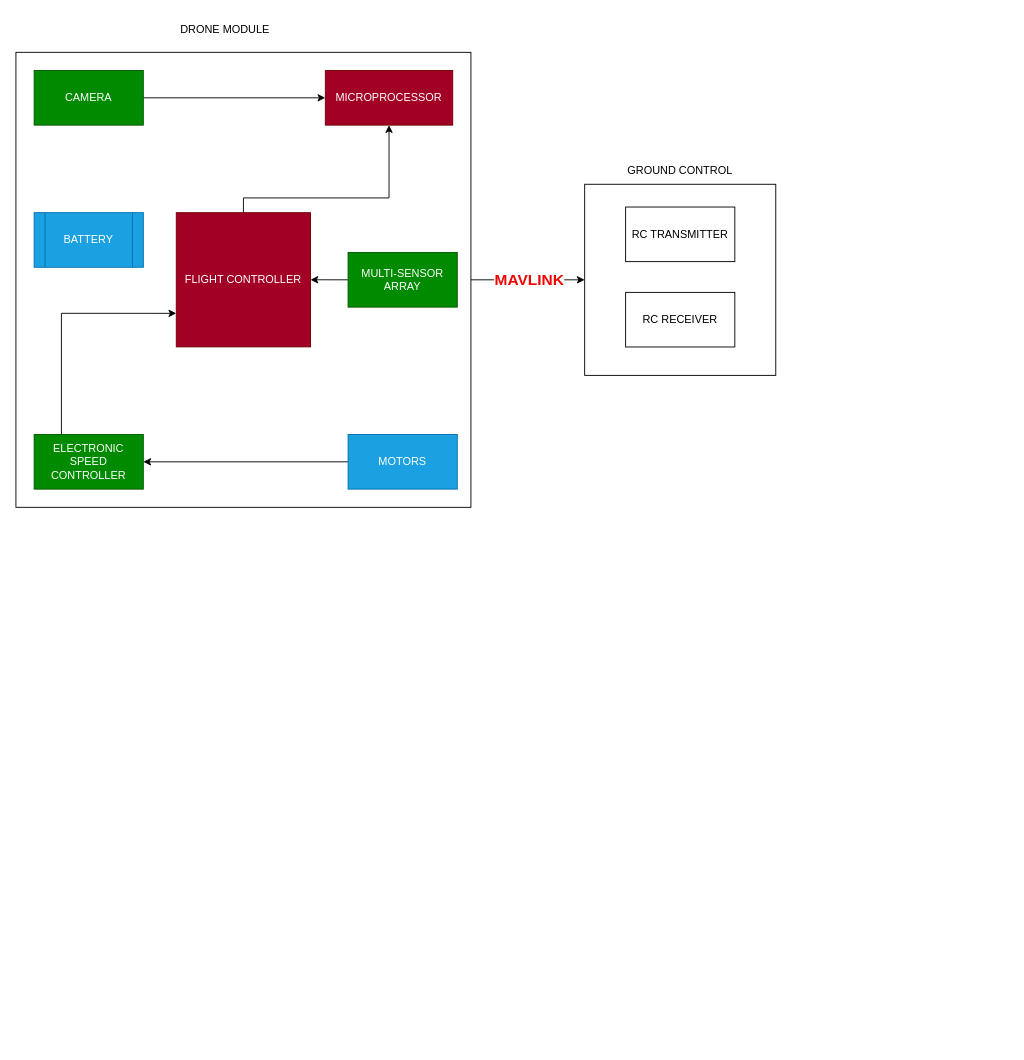
Before: design/component_relationship.drawio in S-Khos/Precision-Guided-Loitering-Drone, a draw.io diagram. Source tidied: cells renumbered, new cells numbered last; positions are measured from the earlier drawing's top-left corner, leaving out a move shared by most shapes. Both pictures are drawn from the tidied source at 91%, with x=0, y=0 at pixel (15, 15).
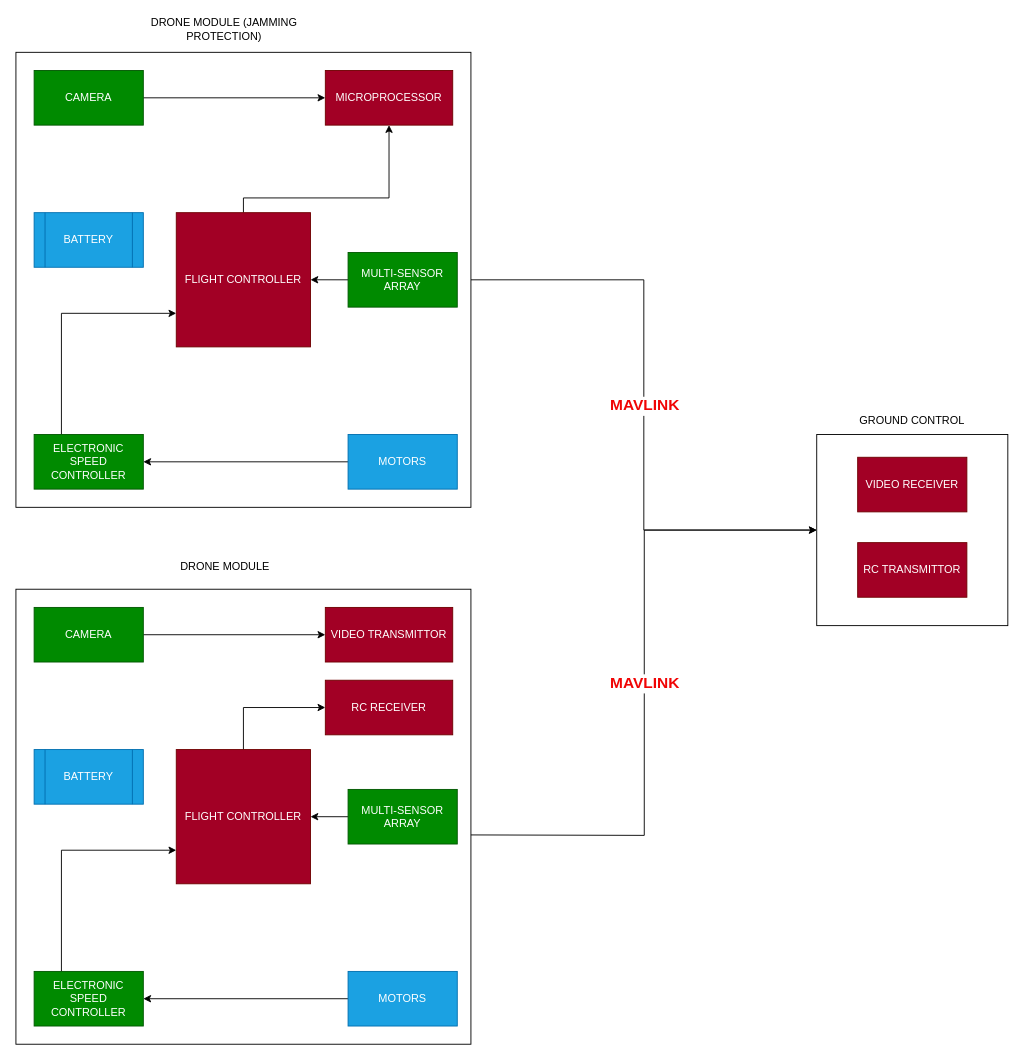
Above is the later version.

Change to the diagram source:
```diff
@@
-    <mxCell id="10" value="DRONE MODULE" style="text;html=1;strokeColor=none;fillColor=none;align=center;verticalAlign=middle;whiteSpace=wrap;rounded=0;" parent="1" vertex="1">
-      <mxGeometry x="140" width="180" height="30" as="geometry" />
+    <mxCell id="10" value="DRONE MODULE (JAMMING PROTECTION)" style="text;html=1;strokeColor=none;fillColor=none;align=center;verticalAlign=middle;whiteSpace=wrap;rounded=0;" parent="1" vertex="1">
+      <mxGeometry x="139" width="180" height="30" as="geometry" />
     </mxCell>
@@
     <mxCell id="15" style="whiteSpace=wrap;html=1;" parent="1" vertex="1">
-      <mxGeometry x="625" y="185" width="210" height="210" as="geometry" />
+      <mxGeometry x="880" y="460" width="210" height="210" as="geometry" />
     </mxCell>
     <mxCell id="16" value="GROUND CONTROL" style="text;html=1;strokeColor=none;fillColor=none;align=center;verticalAlign=middle;whiteSpace=wrap;rounded=0;" parent="1" vertex="1">
-      <mxGeometry x="640" y="155" width="180" height="30" as="geometry" />
+      <mxGeometry x="895" y="430" width="180" height="30" as="geometry" />
     </mxCell>
-    <mxCell id="17" value="RC TRANSMITTER" style="rounded=0;whiteSpace=wrap;html=1;" parent="1" vertex="1">
-      <mxGeometry x="670" y="210" width="120" height="60" as="geometry" />
+    <mxCell id="17" value="VIDEO RECEIVER" style="rounded=0;whiteSpace=wrap;html=1;fillColor=#a20025;fontColor=#ffffff;strokeColor=#6F0000;" parent="1" vertex="1">
+      <mxGeometry x="925" y="485" width="120" height="60" as="geometry" />
     </mxCell>
@@
-    <mxCell id="21" value="RC RECEIVER" style="rounded=0;whiteSpace=wrap;html=1;" parent="1" vertex="1">
-      <mxGeometry x="670" y="303.8" width="120" height="60" as="geometry" />
+    <mxCell id="21" value="RC TRANSMITTOR" style="rounded=0;whiteSpace=wrap;html=1;fillColor=#a20025;fontColor=#ffffff;strokeColor=#6F0000;" parent="1" vertex="1">
+      <mxGeometry x="925" y="578.8" width="120" height="60" as="geometry" />
     </mxCell>
+    <mxCell id="22" style="whiteSpace=wrap;html=1;" parent="1" vertex="1">
+      <mxGeometry y="630" width="500" height="500" as="geometry" />
+    </mxCell>
+    <mxCell id="23" style="edgeStyle=orthogonalEdgeStyle;rounded=0;jettySize=auto;html=1;entryX=0;entryY=0.5;entryDx=0;entryDy=0;" parent="1" edge="1" source="24" target="36">
+      <mxGeometry relative="1" as="geometry">
+        <Array as="points">
+          <mxPoint x="250" y="760" />
+        </Array>
+      </mxGeometry>
+    </mxCell>
+    <mxCell id="24" value="FLIGHT CONTROLLER" style="whiteSpace=wrap;html=1;fillColor=#a20025;fontColor=#ffffff;strokeColor=#6F0000;" parent="1" vertex="1">
+      <mxGeometry x="176.2" y="806.2" width="147.5" height="147.5" as="geometry" />
+    </mxCell>
+    <mxCell id="25" style="edgeStyle=orthogonalEdgeStyle;rounded=0;jettySize=auto;html=1;exitX=0.25;exitY=0;exitDx=0;exitDy=0;entryX=0;entryY=0.75;entryDx=0;entryDy=0;" parent="1" edge="1" source="26" target="24">
+      <mxGeometry relative="1" as="geometry" />
+    </mxCell>
+    <mxCell id="26" value="ELECTRONIC SPEED CONTROLLER" style="rounded=0;whiteSpace=wrap;html=1;fillColor=#008a00;fontColor=#ffffff;strokeColor=#005700;" parent="1" vertex="1">
+      <mxGeometry x="20" y="1050" width="120" height="60" as="geometry" />
+    </mxCell>
+    <mxCell id="27" value="VIDEO TRANSMITTOR" style="rounded=0;whiteSpace=wrap;html=1;fillColor=#a20025;fontColor=#ffffff;strokeColor=#6F0000;" parent="1" vertex="1">
+      <mxGeometry x="340" y="650" width="140" height="60" as="geometry" />
+    </mxCell>
+    <mxCell id="28" value="DRONE MODULE" style="text;html=1;strokeColor=none;fillColor=none;align=center;verticalAlign=middle;whiteSpace=wrap;rounded=0;" parent="1" vertex="1">
+      <mxGeometry x="140" y="590" width="180" height="30" as="geometry" />
+    </mxCell>
+    <mxCell id="29" style="edgeStyle=orthogonalEdgeStyle;rounded=0;jettySize=auto;html=1;" parent="1" edge="1" source="30" target="27">
+      <mxGeometry relative="1" as="geometry" />
+    </mxCell>
+    <mxCell id="30" value="CAMERA" style="rounded=0;whiteSpace=wrap;html=1;fillColor=#008a00;fontColor=#ffffff;strokeColor=#005700;" parent="1" vertex="1">
+      <mxGeometry x="20" y="650" width="120" height="60" as="geometry" />
+    </mxCell>
+    <mxCell id="31" style="edgeStyle=orthogonalEdgeStyle;rounded=0;jettySize=auto;html=1;exitX=0;exitY=0.5;exitDx=0;exitDy=0;entryX=1;entryY=0.5;entryDx=0;entryDy=0;" parent="1" edge="1" source="32" target="24">
+      <mxGeometry relative="1" as="geometry" />
+    </mxCell>
+    <mxCell id="32" value="MULTI-SENSOR ARRAY" style="rounded=0;whiteSpace=wrap;html=1;fillColor=#008a00;fontColor=#ffffff;strokeColor=#005700;" parent="1" vertex="1">
+      <mxGeometry x="365" y="850" width="120" height="60" as="geometry" />
+    </mxCell>
+    <mxCell id="33" style="edgeStyle=orthogonalEdgeStyle;rounded=0;jettySize=auto;html=1;entryX=1;entryY=0.5;entryDx=0;entryDy=0;" parent="1" edge="1" source="34" target="26">
+      <mxGeometry relative="1" as="geometry" />
+    </mxCell>
+    <mxCell id="34" value="MOTORS" style="rounded=0;whiteSpace=wrap;html=1;fillColor=#1ba1e2;fontColor=#ffffff;strokeColor=#006EAF;" parent="1" vertex="1">
+      <mxGeometry x="365" y="1050" width="120" height="60" as="geometry" />
+    </mxCell>
+    <mxCell id="35" value="BATTERY" style="shape=process;whiteSpace=wrap;html=1;backgroundOutline=1;fillColor=#1ba1e2;fontColor=#ffffff;strokeColor=#006EAF;" parent="1" vertex="1">
+      <mxGeometry x="20" y="806.2" width="120" height="60" as="geometry" />
+    </mxCell>
+    <mxCell id="36" value="RC RECEIVER" style="rounded=0;whiteSpace=wrap;html=1;fillColor=#a20025;fontColor=#ffffff;strokeColor=#6F0000;" parent="1" vertex="1">
+      <mxGeometry x="340" y="730" width="140" height="60" as="geometry" />
+    </mxCell>
+    <mxCell id="37" style="edgeStyle=orthogonalEdgeStyle;rounded=0;jettySize=auto;html=1;entryX=0;entryY=0.5;entryDx=0;entryDy=0;" parent="1" edge="1" target="15">
+      <mxGeometry relative="1" as="geometry">
+        <mxPoint x="500" y="900" as="sourcePoint" />
+      </mxGeometry>
+    </mxCell>
+    <mxCell id="38" value="MAVLINK" style="edgeLabel;html=1;align=center;verticalAlign=middle;fontStyle=1;fontSize=17;fontColor=#F00505;" parent="37" vertex="1">
+      <mxGeometry relative="1" as="geometry" />
+    </mxCell>
```
